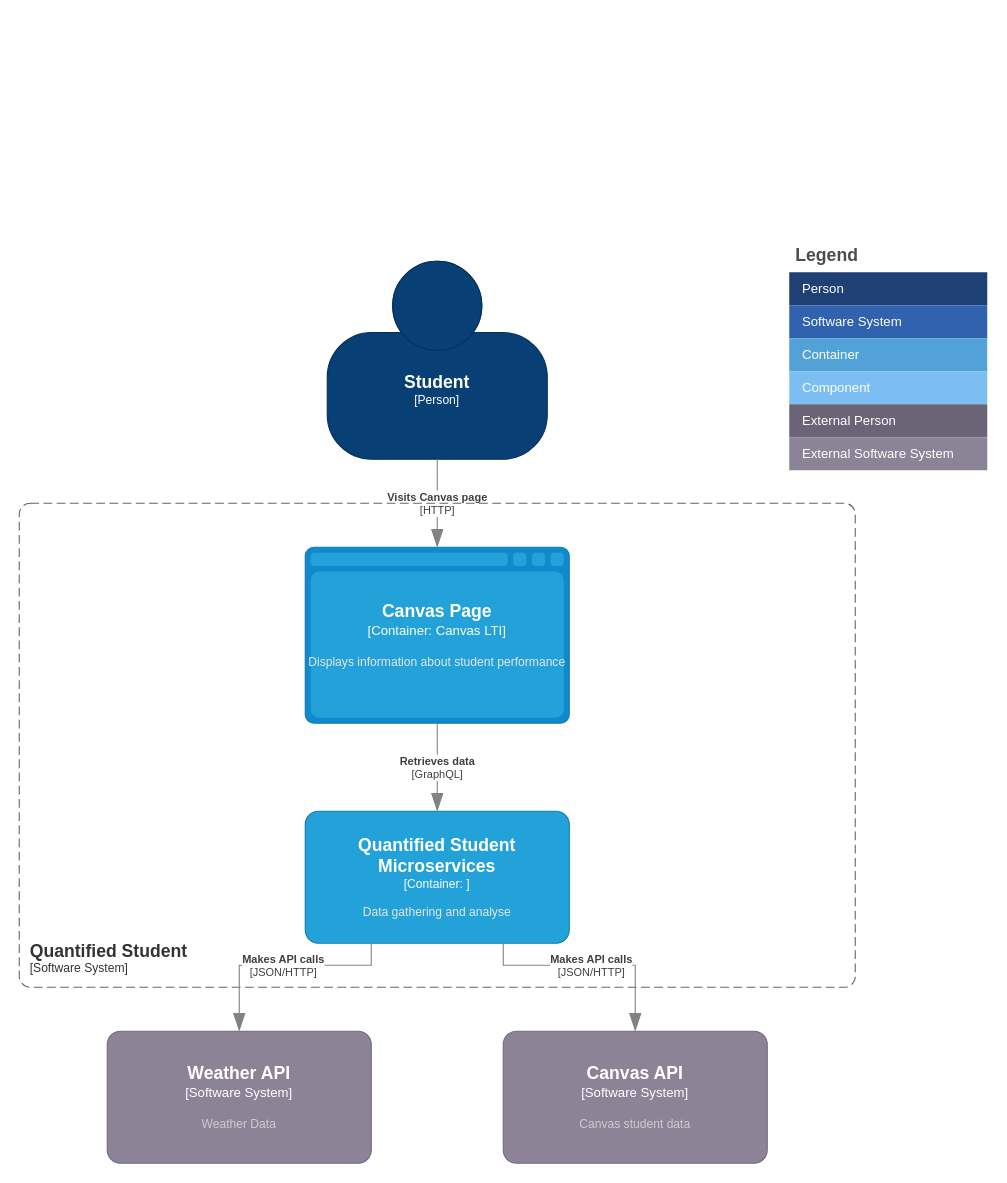
Before: Application Architecture/QSc4_2.drawio in quantifiedstudent/QS-Docs, a draw.io diagram. Source tidied: cells renumbered, new cells numbered last; positions are measured from the earlier drawing's top-left corner, leaving out a move shared by most shapes. Both pictures are drawn from the tidied source at 110%, with x=0, y=0 at pixel (19, 239).
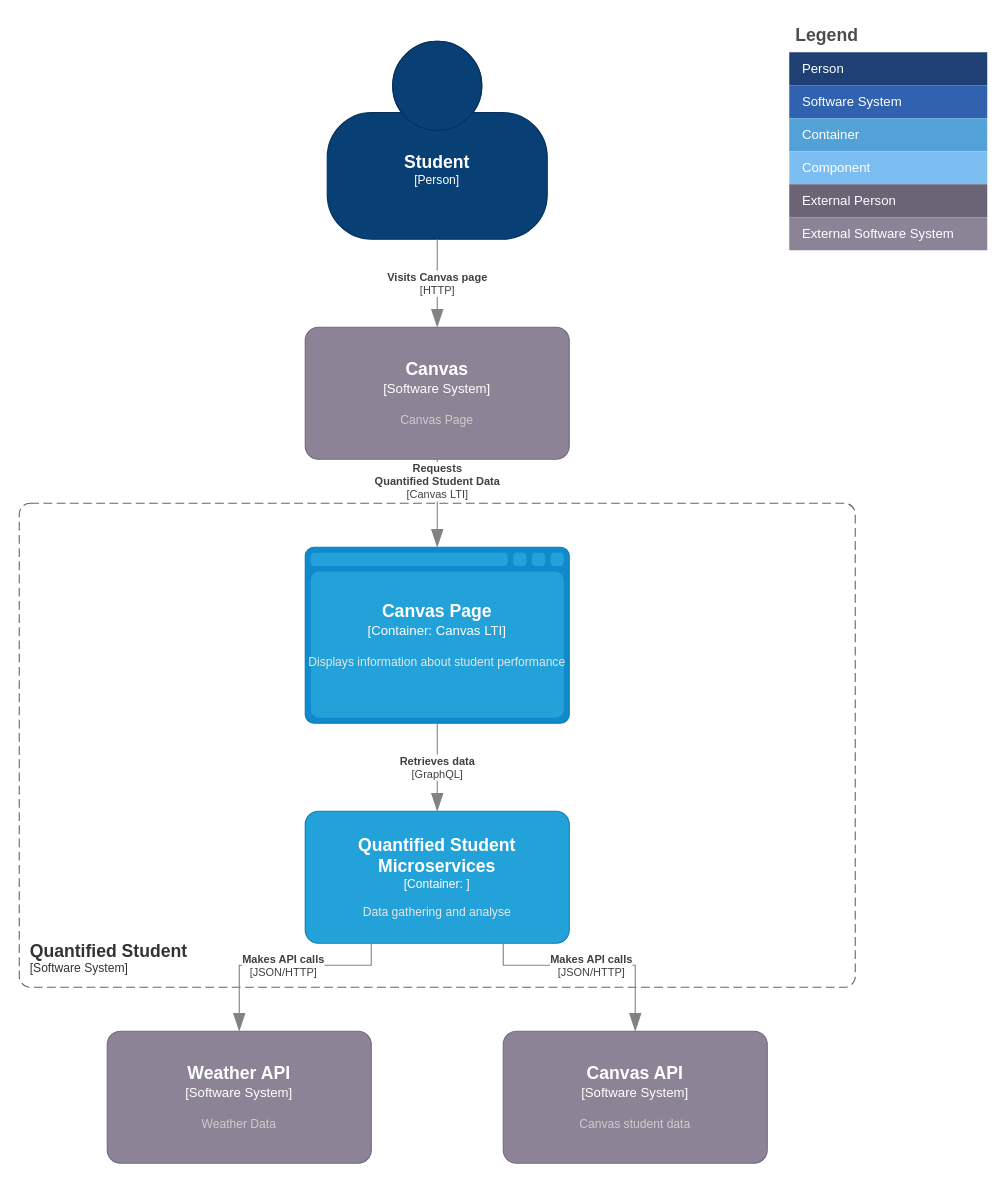
Above is the later version.

The change refers to these unchanged cells:
```xml
<object id="19" label="&lt;font style=&quot;font-size: 16px&quot;&gt;&lt;b&gt;%c4Type%&lt;/b&gt;&lt;/font&gt;&lt;div&gt;[%c4Container%:&amp;nbsp;%c4Technology%]&lt;/div&gt;&lt;br&gt;&lt;div&gt;&lt;font style=&quot;font-size: 11px&quot;&gt;&lt;font color=&quot;#E6E6E6&quot;&gt;%c4Description%&lt;/font&gt;&lt;/div&gt;" c4Container="Container" c4Description="Displays information about student performance" c4Technology="Canvas LTI" c4Type="Canvas Page" placeholders="1">
  <mxCell style="shape=mxgraph.c4.webBrowserContainer2;whiteSpace=wrap;html=1;boundedLbl=1;rounded=0;labelBackgroundColor=none;strokeColor=#118ACD;fillColor=#23A2D9;strokeColor=#118ACD;strokeColor2=#0E7DAD;fontSize=12;fontColor=#ffffff;align=center;points=[[0.5,0,0],[1,0.25,0],[1,0.5,0],[1,0.75,0],[0.5,1,0],[0,0.75,0],[0,0.5,0],[0,0.25,0]];" parent="1" vertex="1">
    <mxGeometry x="260" y="280" width="240" height="160" as="geometry" />
  </mxCell>
</object>
```

Diff of the diagram source:
```diff
@@
     <object id="2" label="&lt;font style=&quot;font-size: 16px&quot;&gt;&lt;b&gt;%c4Name%&lt;/b&gt;&lt;/font&gt;&lt;div&gt;[%c4Type%]&lt;/div&gt;&lt;br&gt;&lt;div&gt;&lt;font style=&quot;font-size: 11px&quot;&gt;&lt;font color=&quot;#cccccc&quot;&gt;%c4Description%&lt;/font&gt;&lt;/div&gt;" c4Description="" c4Name="Student" c4Type="Person" placeholders="1">
       <mxCell style="html=1;fontSize=11;dashed=0;whiteSpace=wrap;fillColor=#083F75;strokeColor=#06315C;fontColor=#ffffff;shape=mxgraph.c4.person2;align=center;points=[[0.5,0,0],[1,0.5,0],[1,0.75,0],[0.75,1,0],[0.5,1,0],[0.25,1,0],[0,0.75,0],[0,0.5,0]];" parent="1" vertex="1">
-        <mxGeometry x="280" y="20" width="200" height="180" as="geometry" />
+        <mxGeometry x="280" y="-180" width="200" height="180" as="geometry" />
       </mxCell>
     </object>
@@
     <object id="4" label="&lt;div style=&quot;text-align: left&quot;&gt;&lt;div style=&quot;text-align: center&quot;&gt;&lt;b&gt;%c4Description%&lt;/b&gt;&lt;/div&gt;&lt;div style=&quot;text-align: center&quot;&gt;[%c4Technology%]&lt;/div&gt;&lt;/div&gt;" c4Description="Visits Canvas page" c4Technology="HTTP" placeholders="1">
-      <mxCell style="endArrow=blockThin;html=1;fontSize=10;fontColor=#404040;strokeWidth=1;endFill=1;strokeColor=#828282;elbow=vertical;endSize=14;startSize=14;jumpStyle=arc;jumpSize=16;rounded=0;edgeStyle=orthogonalEdgeStyle;exitX=0.5;exitY=1;exitDx=0;exitDy=0;exitPerimeter=0;entryX=0.5;entryY=0;entryDx=0;entryDy=0;entryPerimeter=0;" parent="1" edge="1" source="2" target="19">
+      <mxCell style="endArrow=blockThin;html=1;fontSize=10;fontColor=#404040;strokeWidth=1;endFill=1;strokeColor=#828282;elbow=vertical;endSize=14;startSize=14;jumpStyle=arc;jumpSize=16;rounded=0;edgeStyle=orthogonalEdgeStyle;exitX=0.5;exitY=1;exitDx=0;exitDy=0;exitPerimeter=0;entryX=0.5;entryY=0;entryDx=0;entryDy=0;entryPerimeter=0;" parent="1" edge="1" source="2" target="25">
         <mxGeometry relative="1" as="geometry" />
       </mxCell>
     </object>
     <mxCell id="5" value="Legend" style="shape=table;startSize=30;childLayout=tableLayout;fontSize=16;align=left;verticalAlign=top;fillColor=none;strokeColor=none;fontColor=#4D4D4D;fontStyle=1;spacingLeft=6;spacing=0;" parent="1" vertex="1">
-      <mxGeometry x="700" width="180" height="210" as="geometry" />
+      <mxGeometry x="700" y="-200" width="180" height="210" as="geometry" />
     </mxCell>
@@
+    <object id="25" label="&lt;font style=&quot;font-size: 16px&quot;&gt;&lt;b&gt;%c4Name%&lt;/b&gt;&lt;/font&gt;&lt;div&gt;[%c4Type%]&lt;/div&gt;&lt;br&gt;&lt;div&gt;&lt;font style=&quot;font-size: 11px&quot;&gt;&lt;font color=&quot;#cccccc&quot;&gt;%c4Description%&lt;/font&gt;&lt;/div&gt;" c4Description="Canvas Page" c4Name="Canvas" c4Type="Software System" placeholders="1">
+      <mxCell style="rounded=1;whiteSpace=wrap;html=1;labelBackgroundColor=none;fillColor=#8C8496;fontColor=#ffffff;align=center;arcSize=10;strokeColor=#736782;points=[[0.25,0,0],[0.5,0,0],[0.75,0,0],[1,0.25,0],[1,0.5,0],[1,0.75,0],[0.75,1,0],[0.5,1,0],[0.25,1,0],[0,0.75,0],[0,0.5,0],[0,0.25,0]];" parent="1" vertex="1">
+        <mxGeometry x="260" y="80" width="240" height="120" as="geometry" />
+      </mxCell>
+    </object>
+    <object id="26" label="&lt;div style=&quot;text-align: left&quot;&gt;&lt;div style=&quot;text-align: center&quot;&gt;&lt;b&gt;%c4Description%&lt;/b&gt;&lt;/div&gt;&lt;div style=&quot;text-align: center&quot;&gt;[%c4Technology%]&lt;/div&gt;&lt;/div&gt;" c4Description="Requests &#10;Quantified Student Data" c4Technology="Canvas LTI" placeholders="1">
+      <mxCell style="endArrow=blockThin;html=1;fontSize=10;fontColor=#404040;strokeWidth=1;endFill=1;strokeColor=#828282;elbow=vertical;endSize=14;startSize=14;jumpStyle=arc;jumpSize=16;rounded=0;edgeStyle=orthogonalEdgeStyle;exitX=0.5;exitY=1;exitDx=0;exitDy=0;exitPerimeter=0;entryX=0.5;entryY=0;entryDx=0;entryDy=0;entryPerimeter=0;" parent="1" edge="1" source="25" target="19">
+        <mxGeometry x="-0.5" relative="1" as="geometry" />
+      </mxCell>
+    </object>
```
